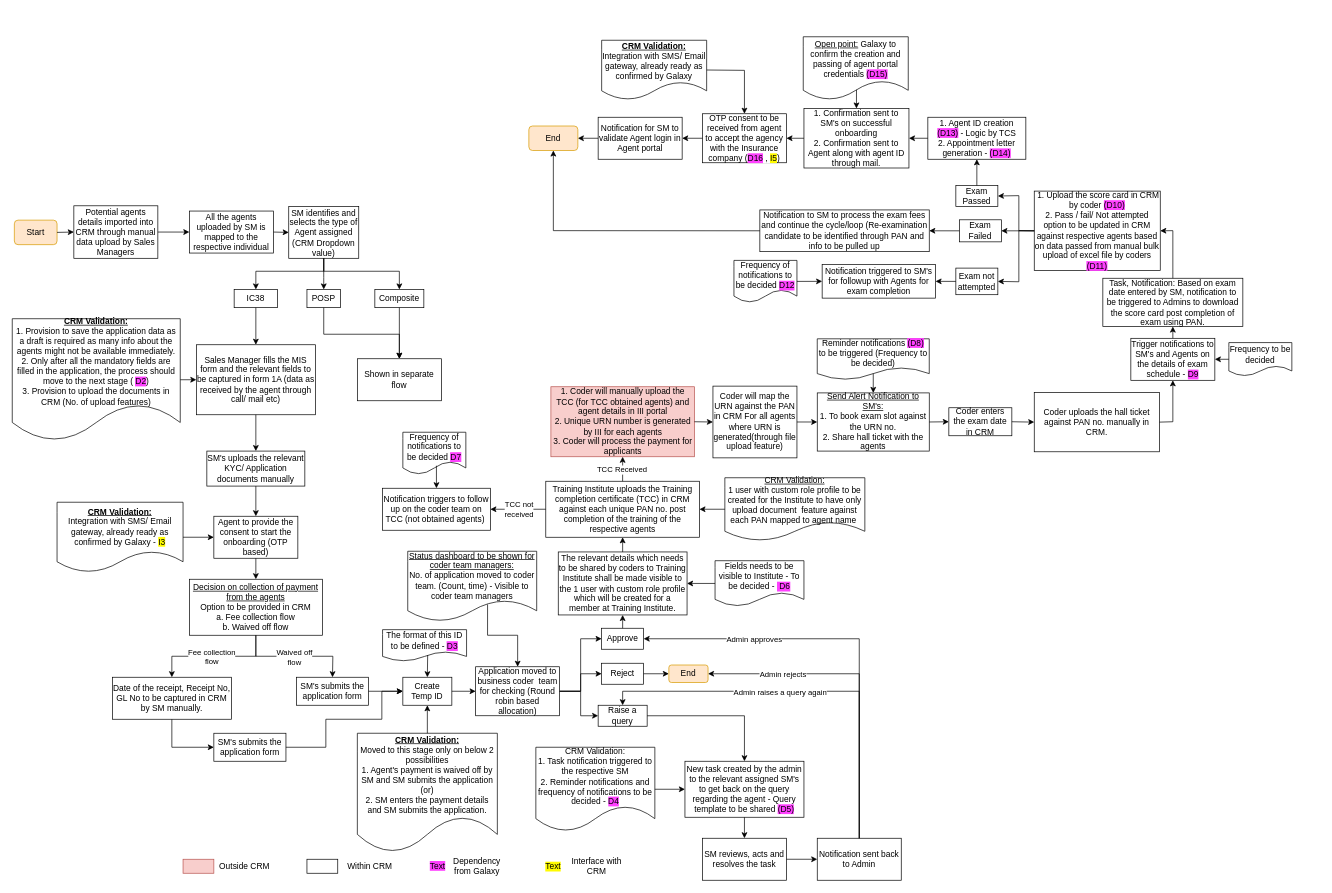
The draw.io diagram Agent Onboarding IC38 MVP 1.drawio in shaileshsreedar/Galaxy, before the edit. Source tidied: cells renumbered, new cells numbered last; positions are measured from the earlier drawing's top-left corner, leaving out a move shared by most shapes. Both pictures are drawn from the tidied source at 70%, with x=0, y=0 at pixel (12, 36).
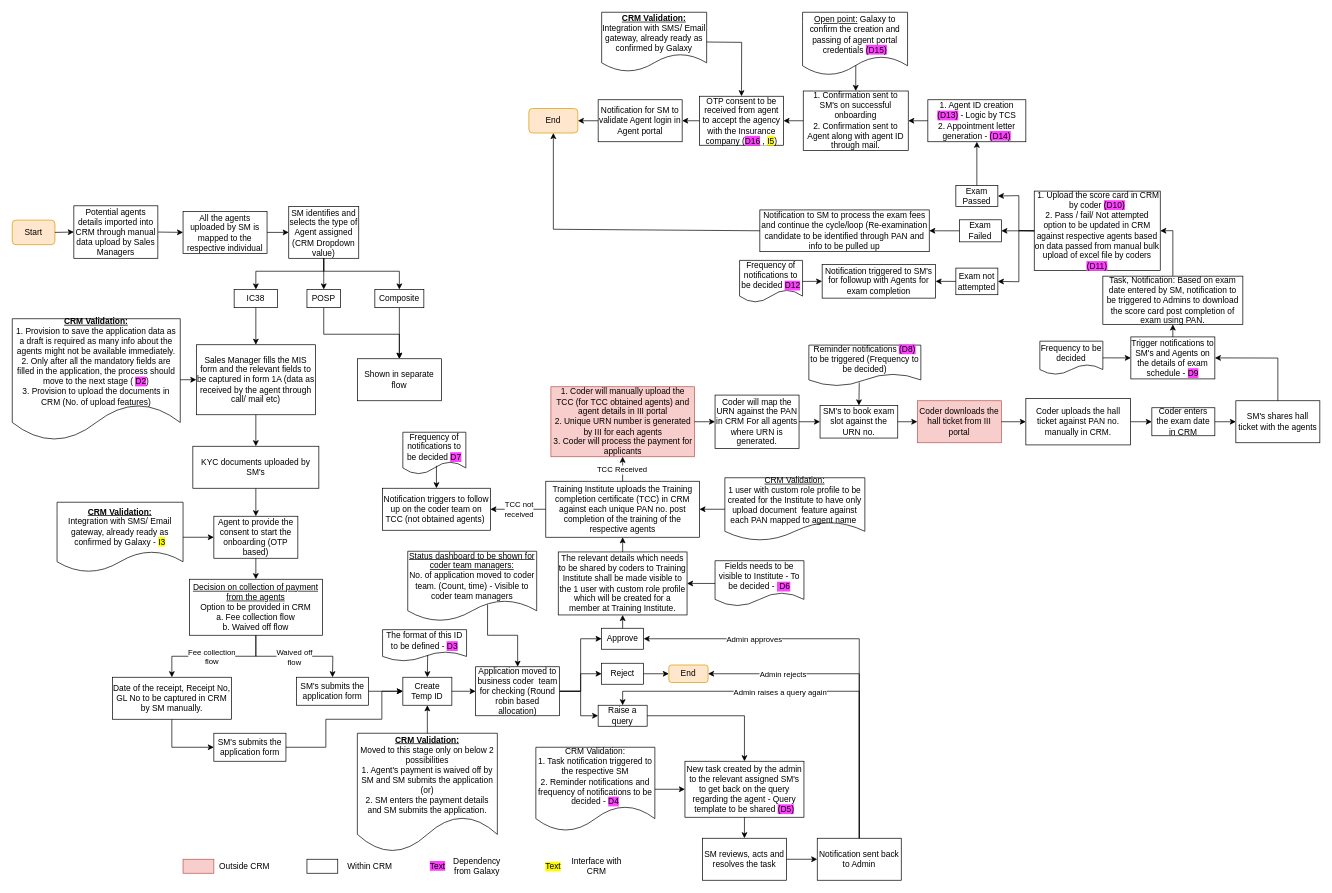
After the change.

The change refers to these unchanged cells:
```xml
<mxCell id="3" value="Sales Manager fills the MIS form and the relevant fields to be captured in form 1A (data as received by the agent through call/ mail etc)" style="rounded=0;whiteSpace=wrap;html=1;" parent="1" vertex="1">
  <mxGeometry x="263" y="440" width="170" height="100" as="geometry" />
</mxCell>
<mxCell id="14" value="Potential agents details imported into CRM through manual data upload by Sales Managers" style="rounded=0;whiteSpace=wrap;html=1;" parent="1" vertex="1">
  <mxGeometry x="88" y="241.5" width="120" height="75" as="geometry" />
</mxCell>
<mxCell id="22" value="Agent to provide the consent to start the onboarding (OTP based)" style="rounded=0;whiteSpace=wrap;html=1;" parent="1" vertex="1">
  <mxGeometry x="288" y="685" width="120" height="60" as="geometry" />
</mxCell>
<mxCell id="87" value="Exam Passed" style="rounded=0;whiteSpace=wrap;html=1;" parent="1" vertex="1">
  <mxGeometry x="1348" y="212.5" width="60" height="30" as="geometry" />
</mxCell>
<mxCell id="95" value="Notification to SM to process the exam fees and continue the cycle/loop (Re-examination candidate to be identified through PAN and info to be pulled up" style="rounded=0;whiteSpace=wrap;html=1;" parent="1" vertex="1">
  <mxGeometry x="1068" y="247.4" width="242" height="59.6" as="geometry" />
</mxCell>
```

The edit, as a diff of the source:
```diff
@@
     <mxCell id="2" value="Start" style="rounded=1;whiteSpace=wrap;html=1;fillColor=#ffe6cc;strokeColor=#d79b00;" parent="1" vertex="1">
-      <mxGeometry x="3" y="262" width="61" height="35" as="geometry" />
+      <mxGeometry y="262" width="61" height="35" as="geometry" />
     </mxCell>
@@
     <mxCell id="13" value="End" style="rounded=1;whiteSpace=wrap;html=1;fillColor=#ffe6cc;strokeColor=#d79b00;" parent="1" vertex="1">
-      <mxGeometry x="738" y="127.5" width="70" height="35" as="geometry" />
+      <mxGeometry x="738" y="102.5" width="70" height="35" as="geometry" />
     </mxCell>
@@
     <mxCell id="15" value="All the agents uploaded by SM is mapped to the respective individual" style="rounded=0;whiteSpace=wrap;html=1;" parent="1" vertex="1">
-      <mxGeometry x="253" y="249" width="120" height="60" as="geometry" />
+      <mxGeometry x="244" y="249.5" width="120" height="60" as="geometry" />
     </mxCell>
@@
-    <mxCell id="20" value="SM's uploads the relevant KYC/ Application documents manually" style="rounded=0;whiteSpace=wrap;html=1;" parent="1" vertex="1">
-      <mxGeometry x="278" y="591.9" width="140" height="50" as="geometry" />
-    </mxCell>
-    <mxCell id="21" style="endArrow=classic;html=1;rounded=0;exitX=0.5;exitY=1;exitDx=0;exitDy=0;entryX=0.5;entryY=0;entryDx=0;entryDy=0;" parent="1" edge="1" source="3" target="20">
+    <mxCell id="21" style="endArrow=classic;html=1;rounded=0;exitX=0.5;exitY=1;exitDx=0;exitDy=0;entryX=0.5;entryY=0;entryDx=0;entryDy=0;" parent="1" edge="1" source="3" target="140">
       <mxGeometry relative="1" as="geometry" />
     </mxCell>
@@
-    <mxCell id="25" style="endArrow=classic;html=1;rounded=0;exitX=0.5;exitY=1;exitDx=0;exitDy=0;entryX=0.5;entryY=0;entryDx=0;entryDy=0;" parent="1" edge="1" source="20" target="22">
+    <mxCell id="25" style="endArrow=classic;html=1;rounded=0;exitX=0.5;exitY=1;exitDx=0;exitDy=0;entryX=0.5;entryY=0;entryDx=0;entryDy=0;" parent="1" edge="1" source="140" target="22">
       <mxGeometry relative="1" as="geometry" />
     </mxCell>
@@
-    <mxCell id="71" value="Coder will map the URN against the PAN in CRM For all agents where URN is generated(through file upload feature)" style="rounded=0;whiteSpace=wrap;html=1;" parent="1" vertex="1">
-      <mxGeometry x="1001" y="499.1" width="120" height="102.5" as="geometry" />
+    <mxCell id="71" value="Coder will map the URN against the PAN in CRM For all agents where URN is generated." style="rounded=0;whiteSpace=wrap;html=1;" parent="1" vertex="1">
+      <mxGeometry x="1004" y="511.9" width="120" height="76.2" as="geometry" />
     </mxCell>
@@
-    <mxCell id="73" value="&lt;u&gt;Send Alert Notification to SM's:&lt;/u&gt;&lt;div&gt;1. To book exam slot against the URN no.&lt;/div&gt;&lt;div&gt;2. Share hall ticket with the agents&lt;/div&gt;" style="rounded=0;whiteSpace=wrap;html=1;" parent="1" vertex="1">
-      <mxGeometry x="1150" y="508.8" width="160" height="83.1" as="geometry" />
+    <mxCell id="73" value="SM's to book exam slot against the URN no." style="rounded=0;whiteSpace=wrap;html=1;" parent="1" vertex="1">
+      <mxGeometry x="1154" y="526.7" width="111" height="46.6" as="geometry" />
     </mxCell>
-    <mxCell id="74" style="endArrow=classic;html=1;rounded=0;exitX=1;exitY=0.5;exitDx=0;exitDy=0;" parent="1" edge="1" source="71" target="73">
+    <mxCell id="74" style="endArrow=classic;html=1;rounded=0;exitX=1;exitY=0.5;exitDx=0;exitDy=0;entryX=0;entryY=0.5;entryDx=0;entryDy=0;" parent="1" edge="1" source="71" target="73">
       <mxGeometry relative="1" as="geometry" />
     </mxCell>
     <mxCell id="75" value="Reminder notifications &lt;span style=&quot;background-color: rgb(255, 64, 255);&quot;&gt;(D8)&lt;/span&gt; to be triggered (Frequency to be decided)" style="shape=document;whiteSpace=wrap;html=1;boundedLbl=1;" parent="1" vertex="1">
-      <mxGeometry x="1150" y="431.5" width="160" height="58.5" as="geometry" />
+      <mxGeometry x="1138" y="440.5" width="160" height="58.5" as="geometry" />
     </mxCell>
-    <mxCell id="76" style="endArrow=classic;html=1;rounded=0;entryX=0.5;entryY=0;entryDx=0;entryDy=0;exitX=0.5;exitY=0.846;exitDx=0;exitDy=0;exitPerimeter=0;" parent="1" edge="1" source="75" target="73">
+    <mxCell id="76" style="endArrow=classic;html=1;rounded=0;entryX=0.5;entryY=0;entryDx=0;entryDy=0;exitX=0.45;exitY=0.915;exitDx=0;exitDy=0;exitPerimeter=0;" parent="1" edge="1" source="75" target="73">
       <mxGeometry relative="1" as="geometry" />
     </mxCell>
-    <mxCell id="77" style="endArrow=classic;html=1;rounded=0;exitX=1;exitY=0.5;exitDx=0;exitDy=0;entryX=0;entryY=0.5;entryDx=0;entryDy=0;" parent="1" edge="1" source="73" target="101">
+    <mxCell id="77" style="endArrow=classic;html=1;rounded=0;exitX=1;exitY=0.5;exitDx=0;exitDy=0;entryX=0;entryY=0.5;entryDx=0;entryDy=0;" parent="1" edge="1" source="78" target="101">
       <mxGeometry relative="1" as="geometry" />
     </mxCell>
     <mxCell id="78" value="Coder uploads the hall ticket against PAN no. manually in CRM." style="rounded=0;whiteSpace=wrap;html=1;" parent="1" vertex="1">
-      <mxGeometry x="1460" y="508.2" width="179" height="84.7" as="geometry" />
+      <mxGeometry x="1448" y="516.9" width="149.5" height="66.2" as="geometry" />
     </mxCell>
     <mxCell id="79" value="Trigger notifications to SM's and Agents on the details of exam schedule - &lt;span style=&quot;background-color: rgb(255, 64, 255);&quot;&gt;D9&lt;/span&gt;" style="rounded=0;whiteSpace=wrap;html=1;" parent="1" vertex="1">
-      <mxGeometry x="1598" y="430.8" width="120" height="60" as="geometry" />
+      <mxGeometry x="1598" y="428.8" width="120" height="60" as="geometry" />
     </mxCell>
     <mxCell id="80" value="Frequency to be decided" style="shape=document;whiteSpace=wrap;html=1;boundedLbl=1;" parent="1" vertex="1">
-      <mxGeometry x="1738" y="436.9" width="90" height="47.7" as="geometry" />
+      <mxGeometry x="1468" y="434.9" width="90" height="47.7" as="geometry" />
     </mxCell>
-    <mxCell id="81" style="endArrow=classic;html=1;rounded=0;exitX=0;exitY=0.5;exitDx=0;exitDy=0;entryX=1;entryY=0.5;entryDx=0;entryDy=0;" parent="1" edge="1" source="80" target="79">
+    <mxCell id="81" style="endArrow=classic;html=1;rounded=0;entryX=0;entryY=0.5;entryDx=0;entryDy=0;exitX=1;exitY=0.5;exitDx=0;exitDy=0;" parent="1" edge="1" source="80" target="79">
       <mxGeometry relative="1" as="geometry" />
     </mxCell>
-    <mxCell id="82" style="endArrow=classic;html=1;rounded=0;exitX=1;exitY=0.5;exitDx=0;exitDy=0;entryX=0.5;entryY=1;entryDx=0;entryDy=0;" parent="1" edge="1" source="78" target="79">
-      <mxGeometry relative="1" as="geometry">
-        <Array as="points">
-          <mxPoint x="1658" y="550" />
-        </Array>
-      </mxGeometry>
-    </mxCell>
     <mxCell id="83" value="Task, Notification: Based on exam date entered by SM, notification to be triggered to Admins to download the score card post completion of exam using PAN." style="rounded=0;whiteSpace=wrap;html=1;" parent="1" vertex="1">
-      <mxGeometry x="1558" y="345" width="200" height="69" as="geometry" />
+      <mxGeometry x="1558" y="342" width="200" height="69" as="geometry" />
     </mxCell>
@@
     <mxCell id="90" value="1. Agent ID creation &lt;span style=&quot;background-color: rgb(255, 64, 255);&quot;&gt;(D13)&lt;/span&gt; - Logic by TCS&lt;div&gt;2. Appointment letter generation - &lt;span style=&quot;background-color: rgb(255, 64, 255);&quot;&gt;(D14)&lt;/span&gt;&lt;/div&gt;" style="rounded=0;whiteSpace=wrap;html=1;" parent="1" vertex="1">
-      <mxGeometry x="1308" y="115" width="140" height="60" as="geometry" />
+      <mxGeometry x="1308" y="90" width="140" height="60" as="geometry" />
     </mxCell>
-    <mxCell id="91" style="endArrow=classic;html=1;rounded=0;exitX=0.5;exitY=0;exitDx=0;exitDy=0;entryX=0.5;entryY=1;entryDx=0;entryDy=0;" parent="1" edge="1" source="87" target="90">
-      <mxGeometry relative="1" as="geometry" />
-    </mxCell>
     <mxCell id="92" value="1. Confirmation sent to SM's on successful onboarding&lt;div&gt;2. Confirmation sent to Agent along with agent ID through mail.&lt;/div&gt;" style="rounded=0;whiteSpace=wrap;html=1;" parent="1" vertex="1">
-      <mxGeometry x="1131" y="102.5" width="150" height="85" as="geometry" />
+      <mxGeometry x="1130" y="77.5" width="150" height="85" as="geometry" />
     </mxCell>
     <mxCell id="93" value="Notification for SM to validate Agent login in Agent portal" style="rounded=0;whiteSpace=wrap;html=1;" parent="1" vertex="1">
-      <mxGeometry x="837" y="115" width="120" height="60" as="geometry" />
+      <mxGeometry x="837" y="90" width="120" height="60" as="geometry" />
     </mxCell>
@@
     <mxCell id="97" style="endArrow=classic;html=1;rounded=0;exitX=0;exitY=0.5;exitDx=0;exitDy=0;entryX=0.5;entryY=1;entryDx=0;entryDy=0;" parent="1" edge="1" source="95" target="13">
       <mxGeometry relative="1" as="geometry">
         <Array as="points">
-          <mxPoint x="773" y="277" />
+          <mxPoint x="773" y="275" />
         </Array>
       </mxGeometry>
     </mxCell>
@@
     <mxCell id="101" value="Coder enters the exam date in CRM" style="rounded=0;whiteSpace=wrap;html=1;" parent="1" vertex="1">
-      <mxGeometry x="1338" y="530" width="90" height="40" as="geometry" />
+      <mxGeometry x="1628" y="530" width="90" height="40" as="geometry" />
     </mxCell>
-    <mxCell id="102" style="endArrow=classic;html=1;rounded=0;exitX=1;exitY=0.5;exitDx=0;exitDy=0;entryX=0;entryY=0.5;entryDx=0;entryDy=0;" parent="1" edge="1" source="101" target="78">
-      <mxGeometry relative="1" as="geometry" />
-    </mxCell>
@@
     <mxCell id="104" value="OTP consent to be received from agent to accept the agency with the Insurance company (&lt;span style=&quot;background-color: rgb(255, 64, 255);&quot;&gt;D16&lt;/span&gt;&lt;span style=&quot;background-color: rgb(255, 255, 255);&quot;&gt;&amp;nbsp;, &lt;/span&gt;&lt;span style=&quot;background-color: rgb(255, 251, 0);&quot;&gt;I5&lt;/span&gt;)" style="rounded=0;whiteSpace=wrap;html=1;" parent="1" vertex="1">
-      <mxGeometry x="986" y="110" width="120" height="70" as="geometry" />
+      <mxGeometry x="981.8" y="85" width="120" height="70" as="geometry" />
     </mxCell>
@@
     <mxCell id="115" value="Frequency of notifications to be decided &lt;span style=&quot;background-color: rgb(255, 64, 255);&quot;&gt;D12&lt;/span&gt;" style="shape=document;whiteSpace=wrap;html=1;boundedLbl=1;" parent="1" vertex="1">
-      <mxGeometry x="1031" y="319.5" width="90" height="60" as="geometry" />
+      <mxGeometry x="1039" y="319.5" width="90" height="60" as="geometry" />
     </mxCell>
@@
-    <mxCell id="117" style="endArrow=classic;html=1;rounded=0;exitX=1;exitY=0.5;exitDx=0;exitDy=0;entryX=0;entryY=0.5;entryDx=0;entryDy=0;" parent="1" edge="1" source="2" target="14">
-      <mxGeometry relative="1" as="geometry" />
-    </mxCell>
@@
     <mxCell id="137" value="&lt;u style=&quot;background-color: rgb(255, 255, 255);&quot;&gt;Open point:&lt;/u&gt;&amp;nbsp;Galaxy to confirm the creation and passing of agent portal credentials&amp;nbsp;&lt;span style=&quot;background-color: rgb(255, 64, 255);&quot;&gt;(D15)&lt;/span&gt;" style="shape=document;whiteSpace=wrap;html=1;boundedLbl=1;" parent="1" vertex="1">
-      <mxGeometry x="1130" width="150" height="90" as="geometry" />
+      <mxGeometry x="1129" y="-35" width="150" height="90" as="geometry" />
     </mxCell>
+    <mxCell id="140" value="KYC documents uploaded by SM's" style="rounded=0;whiteSpace=wrap;html=1;" parent="1" vertex="1">
+      <mxGeometry x="258" y="585" width="180" height="60" as="geometry" />
+    </mxCell>
+    <mxCell id="91" style="endArrow=classic;html=1;rounded=0;exitX=0.5;exitY=0;exitDx=0;exitDy=0;entryX=0.5;entryY=1;entryDx=0;entryDy=0;" parent="1" edge="1" source="87" target="90">
+      <mxGeometry relative="1" as="geometry" />
+    </mxCell>
     <mxCell id="138" value="&lt;b&gt;&lt;u&gt;CRM Validation:&lt;/u&gt;&lt;/b&gt;&lt;div&gt;Integration with SMS/ Email gateway, already ready as confirmed by Galaxy&lt;/div&gt;" style="shape=document;whiteSpace=wrap;html=1;boundedLbl=1;" parent="1" vertex="1">
-      <mxGeometry x="842" y="5" width="150" height="85" as="geometry" />
+      <mxGeometry x="842" y="-35" width="150" height="85" as="geometry" />
     </mxCell>
     <mxCell id="139" style="endArrow=classic;html=1;rounded=0;entryX=0.5;entryY=0;entryDx=0;entryDy=0;exitX=1;exitY=0.5;exitDx=0;exitDy=0;" parent="1" edge="1" source="138" target="104">
       <mxGeometry relative="1" as="geometry">
         <Array as="points">
-          <mxPoint x="1046" y="48" />
+          <mxPoint x="1042" y="8" />
         </Array>
       </mxGeometry>
     </mxCell>
+    <mxCell id="141" value="Coder downloads the hall ticket from III portal" style="rounded=0;whiteSpace=wrap;html=1;fillColor=#f8cecc;strokeColor=#b85450;" parent="1" vertex="1">
+      <mxGeometry x="1293" y="520" width="120" height="60" as="geometry" />
+    </mxCell>
+    <mxCell id="142" style="endArrow=classic;html=1;rounded=0;exitX=1;exitY=0.5;exitDx=0;exitDy=0;entryX=0;entryY=0.5;entryDx=0;entryDy=0;" parent="1" edge="1" source="73" target="141">
+      <mxGeometry relative="1" as="geometry" />
+    </mxCell>
+    <mxCell id="143" value="SM's shares hall ticket with the agents" style="rounded=0;whiteSpace=wrap;html=1;" parent="1" vertex="1">
+      <mxGeometry x="1748" y="520" width="120" height="60" as="geometry" />
+    </mxCell>
+    <mxCell id="144" style="endArrow=classic;html=1;rounded=0;exitX=1;exitY=0.5;exitDx=0;exitDy=0;entryX=0;entryY=0.5;entryDx=0;entryDy=0;" parent="1" edge="1" source="141" target="78">
+      <mxGeometry relative="1" as="geometry" />
+    </mxCell>
+    <mxCell id="145" style="endArrow=classic;html=1;rounded=0;exitX=1;exitY=0.5;exitDx=0;exitDy=0;entryX=0;entryY=0.5;entryDx=0;entryDy=0;" parent="1" edge="1" source="101" target="143">
+      <mxGeometry relative="1" as="geometry" />
+    </mxCell>
+    <mxCell id="146" style="endArrow=classic;html=1;rounded=0;exitX=0.5;exitY=0;exitDx=0;exitDy=0;entryX=1;entryY=0.5;entryDx=0;entryDy=0;" parent="1" edge="1" source="143" target="79">
+      <mxGeometry relative="1" as="geometry">
+        <Array as="points">
+          <mxPoint x="1808" y="459" />
+        </Array>
+      </mxGeometry>
+    </mxCell>
+    <mxCell id="117" style="endArrow=classic;html=1;rounded=0;exitX=1;exitY=0.5;exitDx=0;exitDy=0;entryX=0;entryY=0.5;entryDx=0;entryDy=0;" parent="1" edge="1" source="2" target="14">
+      <mxGeometry relative="1" as="geometry" />
+    </mxCell>
```
